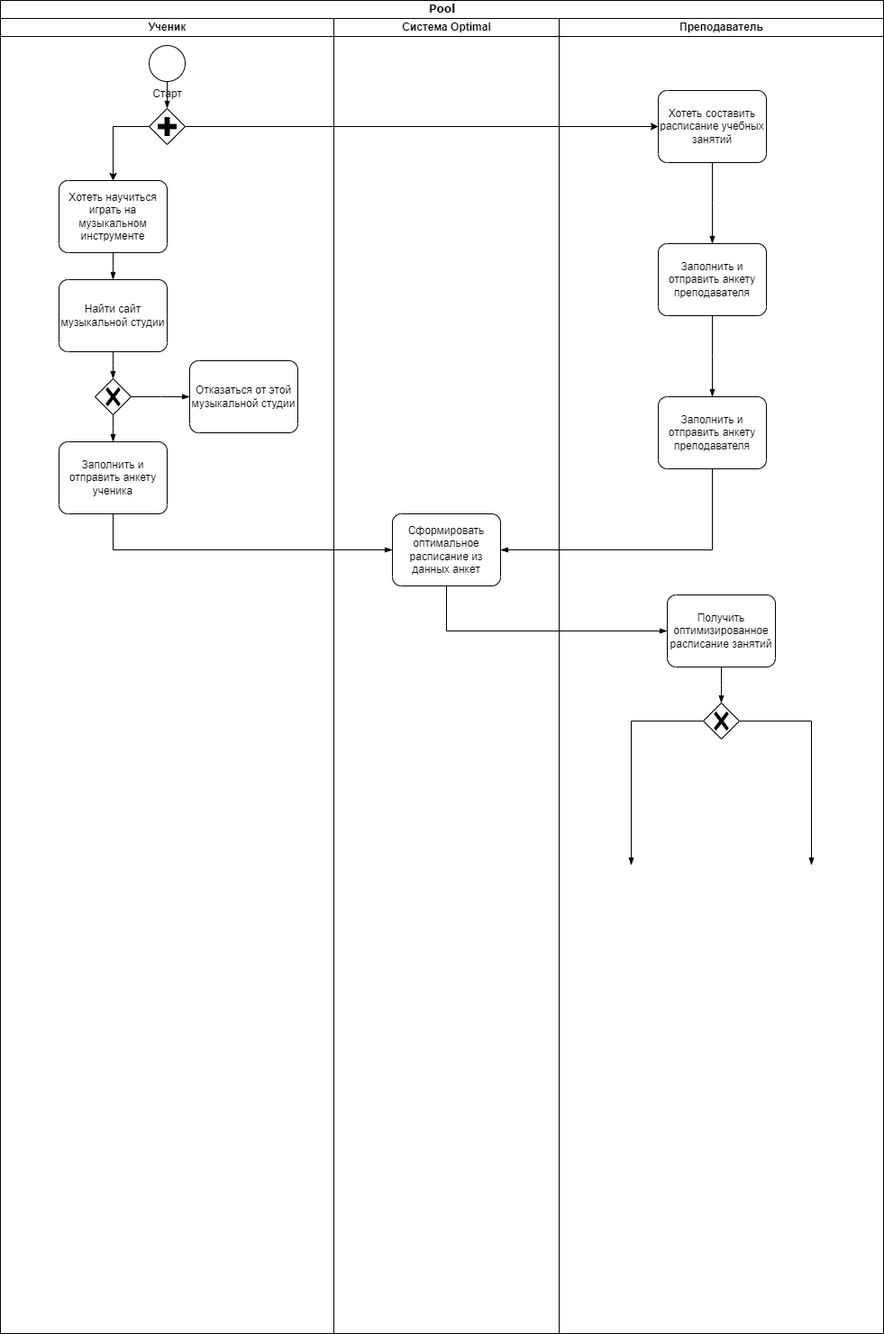
watashinonericell/myrepos keeps this draw.io diagram as BPMN.png. Above is the earlier version. Source tidied: cells renumbered, new cells last; positions are measured from the earlier drawing's top-left corner, leaving out a move shared by most shapes.
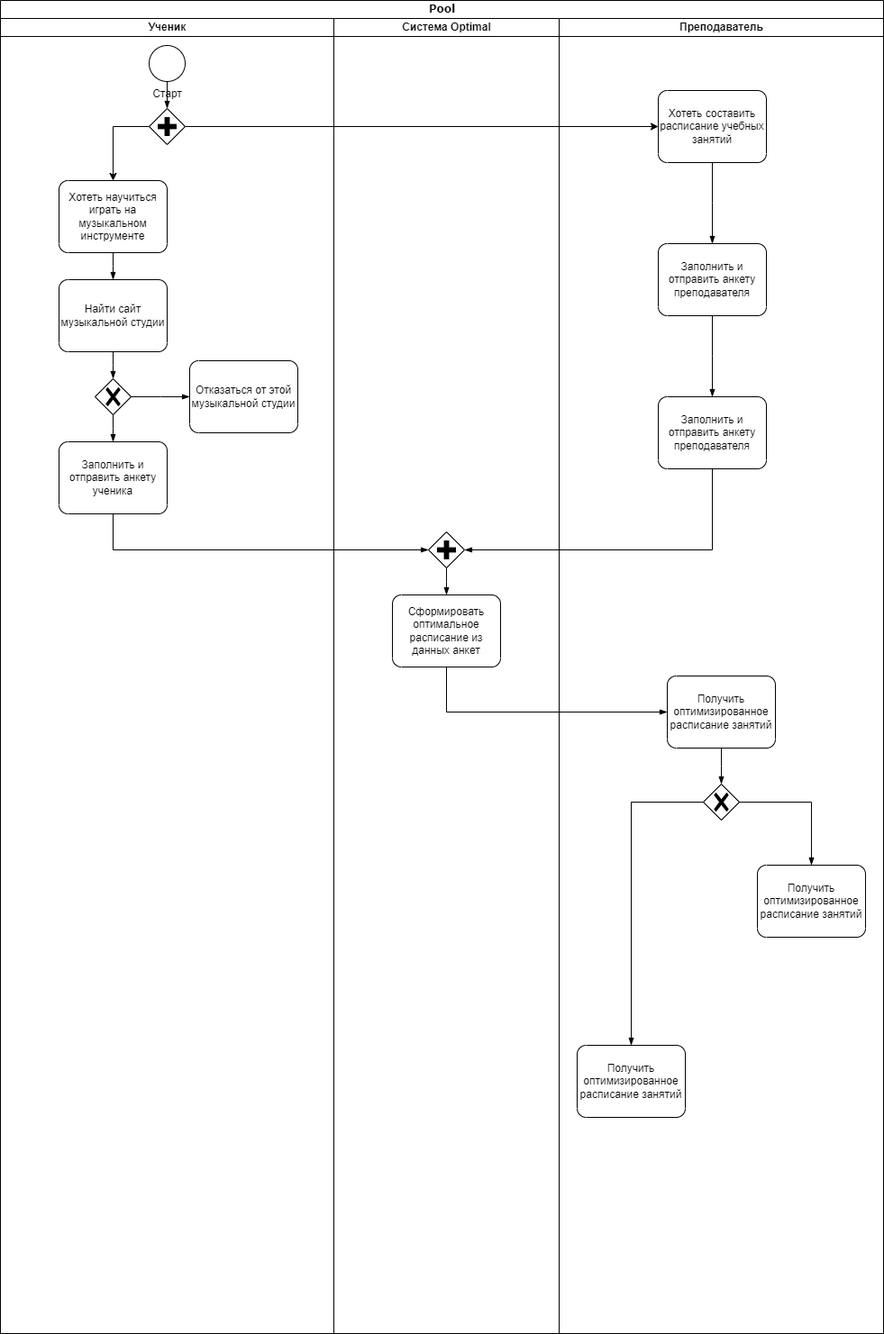
Above is the later version.

Diff of the diagram source:
```diff
@@ -5,7 +5,7 @@
     <mxCell id="2" value="Pool" style="swimlane;html=1;startSize=20;rounded=0;shadow=0;comic=0;labelBackgroundColor=none;strokeWidth=1;fontFamily=Verdana;fontSize=12;align=center;" parent="1" vertex="1">
       <mxGeometry width="980" height="1480" as="geometry" />
     </mxCell>
-    <mxCell id="3" style="edgeStyle=elbowEdgeStyle;fontSize=12;html=1;endArrow=blockThin;endFill=1;rounded=0;exitX=0.5;exitY=1;exitDx=0;exitDy=0;exitPerimeter=0;entryX=0;entryY=0.5;entryDx=0;entryDy=0;entryPerimeter=0;" parent="2" edge="1" source="10" target="19">
+    <mxCell id="3" style="edgeStyle=elbowEdgeStyle;fontSize=12;html=1;endArrow=blockThin;endFill=1;rounded=0;exitX=0.5;exitY=1;exitDx=0;exitDy=0;exitPerimeter=0;entryX=0;entryY=0.5;entryDx=0;entryDy=0;entryPerimeter=0;" parent="2" edge="1" source="10" target="34">
       <mxGeometry relative="1" as="geometry">
         <Array as="points">
           <mxPoint x="125" y="620" />
@@ -64,24 +64,21 @@
       <mxGeometry x="370" y="20" width="250" height="1460" as="geometry" />
     </mxCell>
     <mxCell id="19" value="Сформировать оптимальное расписание из данных анкет" style="points=[[0.25,0,0],[0.5,0,0],[0.75,0,0],[1,0.25,0],[1,0.5,0],[1,0.75,0],[0.75,1,0],[0.5,1,0],[0.25,1,0],[0,0.75,0],[0,0.5,0],[0,0.25,0]];shape=mxgraph.bpmn.task;whiteSpace=wrap;rectStyle=rounded;size=10;html=1;taskMarker=abstract;" parent="18" vertex="1">
-      <mxGeometry x="65" y="550" width="120" height="80" as="geometry" />
+      <mxGeometry x="65" y="640" width="120" height="80" as="geometry" />
     </mxCell>
-    <mxCell id="20" style="edgeStyle=elbowEdgeStyle;fontSize=12;html=1;endArrow=blockThin;endFill=1;rounded=0;exitX=0;exitY=0.5;exitDx=0;exitDy=0;exitPerimeter=0;" parent="2" edge="1" source="29">
-      <mxGeometry relative="1" as="geometry">
-        <mxPoint x="700" y="960" as="targetPoint" />
-        <Array as="points">
-          <mxPoint x="700" y="800" />
-        </Array>
-      </mxGeometry>
-    </mxCell>
-    <mxCell id="21" style="edgeStyle=elbowEdgeStyle;fontSize=12;html=1;endArrow=blockThin;endFill=1;rounded=0;exitX=1;exitY=0.5;exitDx=0;exitDy=0;exitPerimeter=0;" parent="2" edge="1" source="29">
-      <mxGeometry y="-10" relative="1" as="geometry">
-        <mxPoint x="900" y="960" as="targetPoint" />
-        <Array as="points">
-          <mxPoint x="900" y="800" />
-        </Array>
-      </mxGeometry>
-    </mxCell>
+    <mxCell id="34" style="points=[[0.25,0.25,0],[0.5,0,0],[0.75,0.25,0],[1,0.5,0],[0.75,0.75,0],[0.5,1,0],[0.25,0.75,0],[0,0.5,0]];shape=mxgraph.bpmn.gateway2;html=1;verticalLabelPosition=bottom;labelBackgroundColor=#ffffff;verticalAlign=top;align=center;perimeter=rhombusPerimeter;outlineConnect=0;outline=none;symbol=none;gwType=parallel;" parent="18" vertex="1">
+      <mxGeometry x="105" y="570" width="40" height="40" as="geometry" />
+    </mxCell>
+    <mxCell id="35" style="edgeStyle=elbowEdgeStyle;fontSize=12;html=1;endArrow=blockThin;endFill=1;rounded=0;exitX=0.5;exitY=1;exitDx=0;exitDy=0;exitPerimeter=0;entryX=0.5;entryY=0;entryDx=0;entryDy=0;entryPerimeter=0;" parent="18" edge="1" source="34" target="19">
+      <mxGeometry relative="1" as="geometry" />
+    </mxCell>
+    <mxCell id="33" style="edgeStyle=elbowEdgeStyle;fontSize=12;html=1;endArrow=blockThin;endFill=1;rounded=0;exitX=0.5;exitY=1;exitDx=0;exitDy=0;exitPerimeter=0;entryX=0;entryY=0.5;entryDx=0;entryDy=0;entryPerimeter=0;" parent="2" edge="1" source="19" target="28">
+      <mxGeometry relative="1" as="geometry">
+        <Array as="points">
+          <mxPoint x="495" y="780" />
+        </Array>
+      </mxGeometry>
+    </mxCell>
     <mxCell id="22" value="Преподаватель" style="swimlane;html=1;startSize=20;" parent="2" vertex="1">
       <mxGeometry x="620" y="20" width="360" height="1460" as="geometry" />
     </mxCell>
@@ -101,30 +98,43 @@
       <mxGeometry relative="1" as="geometry" />
     </mxCell>
     <mxCell id="28" value="Получить оптимизированное расписание занятий" style="points=[[0.25,0,0],[0.5,0,0],[0.75,0,0],[1,0.25,0],[1,0.5,0],[1,0.75,0],[0.75,1,0],[0.5,1,0],[0.25,1,0],[0,0.75,0],[0,0.5,0],[0,0.25,0]];shape=mxgraph.bpmn.task;whiteSpace=wrap;rectStyle=rounded;size=10;html=1;taskMarker=abstract;" parent="22" vertex="1">
-      <mxGeometry x="120" y="640" width="120" height="80" as="geometry" />
+      <mxGeometry x="120" y="730" width="120" height="80" as="geometry" />
     </mxCell>
     <mxCell id="29" style="points=[[0.25,0.25,0],[0.5,0,0],[0.75,0.25,0],[1,0.5,0],[0.75,0.75,0],[0.5,1,0],[0.25,0.75,0],[0,0.5,0]];shape=mxgraph.bpmn.gateway2;html=1;verticalLabelPosition=bottom;labelBackgroundColor=#ffffff;verticalAlign=top;align=center;perimeter=rhombusPerimeter;outlineConnect=0;outline=none;symbol=none;gwType=exclusive;" parent="22" vertex="1">
-      <mxGeometry x="160" y="760" width="40" height="40" as="geometry" />
+      <mxGeometry x="160" y="850" width="40" height="40" as="geometry" />
     </mxCell>
     <mxCell id="30" style="edgeStyle=elbowEdgeStyle;fontSize=12;html=1;endArrow=blockThin;endFill=1;rounded=0;exitX=0.5;exitY=1;exitDx=0;exitDy=0;exitPerimeter=0;entryX=0.5;entryY=0;entryDx=0;entryDy=0;entryPerimeter=0;" parent="22" edge="1" source="28" target="29">
       <mxGeometry relative="1" as="geometry" />
     </mxCell>
+    <mxCell id="36" value="Получить оптимизированное расписание занятий" style="points=[[0.25,0,0],[0.5,0,0],[0.75,0,0],[1,0.25,0],[1,0.5,0],[1,0.75,0],[0.75,1,0],[0.5,1,0],[0.25,1,0],[0,0.75,0],[0,0.5,0],[0,0.25,0]];shape=mxgraph.bpmn.task;whiteSpace=wrap;rectStyle=rounded;size=10;html=1;taskMarker=abstract;" parent="22" vertex="1">
+      <mxGeometry x="20" y="1140" width="120" height="80" as="geometry" />
+    </mxCell>
+    <mxCell id="20" style="edgeStyle=elbowEdgeStyle;fontSize=12;html=1;endArrow=blockThin;endFill=1;rounded=0;exitX=0;exitY=0.5;exitDx=0;exitDy=0;exitPerimeter=0;entryX=0.5;entryY=0;entryDx=0;entryDy=0;entryPerimeter=0;" parent="22" edge="1" source="29" target="36">
+      <mxGeometry relative="1" as="geometry">
+        <Array as="points">
+          <mxPoint x="80" y="870" />
+        </Array>
+      </mxGeometry>
+    </mxCell>
+    <mxCell id="37" value="Получить оптимизированное расписание занятий" style="points=[[0.25,0,0],[0.5,0,0],[0.75,0,0],[1,0.25,0],[1,0.5,0],[1,0.75,0],[0.75,1,0],[0.5,1,0],[0.25,1,0],[0,0.75,0],[0,0.5,0],[0,0.25,0]];shape=mxgraph.bpmn.task;whiteSpace=wrap;rectStyle=rounded;size=10;html=1;taskMarker=abstract;" parent="22" vertex="1">
+      <mxGeometry x="220" y="940" width="120" height="80" as="geometry" />
+    </mxCell>
+    <mxCell id="21" style="edgeStyle=elbowEdgeStyle;fontSize=12;html=1;endArrow=blockThin;endFill=1;rounded=0;exitX=1;exitY=0.5;exitDx=0;exitDy=0;exitPerimeter=0;entryX=0.5;entryY=0;entryDx=0;entryDy=0;entryPerimeter=0;" parent="22" edge="1" source="29" target="37">
+      <mxGeometry y="-10" relative="1" as="geometry">
+        <Array as="points">
+          <mxPoint x="280" y="870" />
+        </Array>
+      </mxGeometry>
+    </mxCell>
     <mxCell id="31" style="edgeStyle=orthogonalEdgeStyle;rounded=0;jettySize=auto;html=1;exitX=1;exitY=0.5;exitDx=0;exitDy=0;exitPerimeter=0;entryX=0;entryY=0.5;entryDx=0;entryDy=0;entryPerimeter=0;" parent="2" edge="1" source="15" target="23">
       <mxGeometry relative="1" as="geometry" />
     </mxCell>
-    <mxCell id="32" style="edgeStyle=elbowEdgeStyle;fontSize=12;html=1;endArrow=blockThin;endFill=1;rounded=0;exitX=0.5;exitY=1;exitDx=0;exitDy=0;exitPerimeter=0;entryX=1;entryY=0.5;entryDx=0;entryDy=0;entryPerimeter=0;" parent="2" edge="1" source="25" target="19">
+    <mxCell id="32" style="edgeStyle=elbowEdgeStyle;fontSize=12;html=1;endArrow=blockThin;endFill=1;rounded=0;exitX=0.5;exitY=1;exitDx=0;exitDy=0;exitPerimeter=0;entryX=1;entryY=0.5;entryDx=0;entryDy=0;entryPerimeter=0;" parent="2" edge="1" source="25" target="34">
       <mxGeometry relative="1" as="geometry">
         <Array as="points">
-          <mxPoint x="790" y="480" />
+          <mxPoint x="790" y="610" />
         </Array>
       </mxGeometry>
     </mxCell>
-    <mxCell id="33" style="edgeStyle=elbowEdgeStyle;fontSize=12;html=1;endArrow=blockThin;endFill=1;rounded=0;exitX=0.5;exitY=1;exitDx=0;exitDy=0;exitPerimeter=0;entryX=0;entryY=0.5;entryDx=0;entryDy=0;entryPerimeter=0;" parent="2" edge="1" source="19" target="28">
-      <mxGeometry relative="1" as="geometry">
-        <Array as="points">
-          <mxPoint x="495" y="690" />
-        </Array>
-      </mxGeometry>
-    </mxCell>
   </root>
 </mxGraphModel>
```
